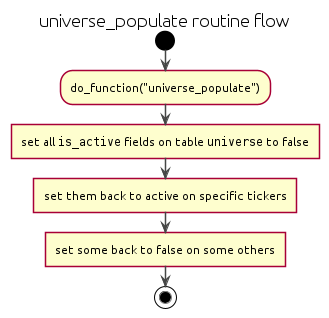
Above: docs/diagrams/routines_management_populate_universe/universe_populate.png in asklora/DROID_V2.1 (PlantUML), before the change. The source it was exported from:
```plantuml
@startuml universe_populate

title "universe_populate routine flow"

!theme vibrant

skinparam Shadowing false
skinparam DefaultFontName Ubuntu
skinparam ParticipantPadding 20
skinparam BoxPadding 10
skinparam ConditionEndStyle diamond

start

:do_function("universe_populate");

:set all ""is_active"" fields on table ""universe"" to false]

:set them back to active on specific tickers]

:set some back to false on some others]

stop

@enduml
```
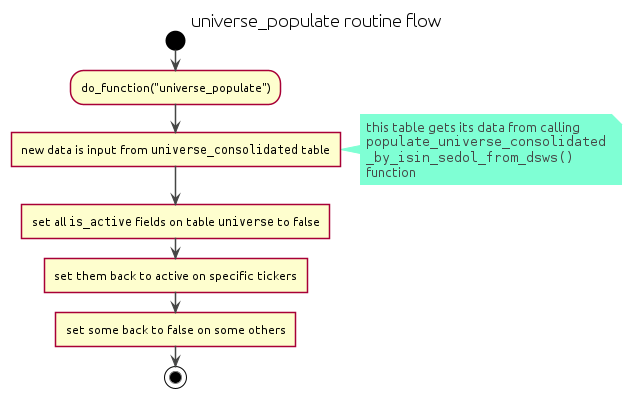
After the commit.

Commit message:
update the diagram for universe_populate

Diff of the diagram source:
```diff
@@ -14,6 +14,15 @@
 
 :do_function("universe_populate");
 
+:new data is input from ""universe_consolidated"" table]
+
+note right
+    this table gets its data from calling
+    ""populate_universe_consolidated""
+    ""_by_isin_sedol_from_dsws()""
+    function
+end note
+
 :set all ""is_active"" fields on table ""universe"" to false]
 
 :set them back to active on specific tickers]
```
